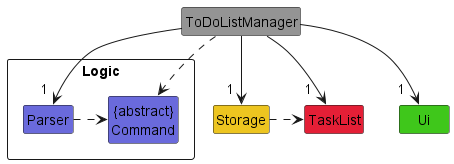
nus-cs2113-AY2223S2/tp keeps this PlantUML diagram as docs/images/ManagerClassDiagram.png. Above is the earlier version.
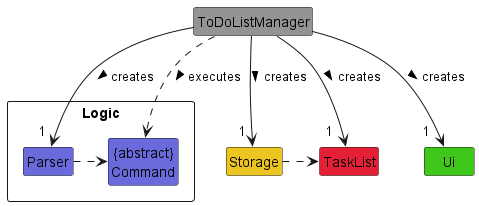
Later version of the same file.

Diff of the diagram source:
```diff
@@ -1,5 +1,6 @@
 @startuml
 !include Style.puml
+hide members
 
 class ToDoListManager COLOR_MAIN
 class Ui COLOR_UI
@@ -10,11 +11,11 @@
 class TaskList COLOR_TASK_LIST
 class Storage COLOR_STORAGE
 
-ToDoListManager -d-> "\t\t1" Ui
-ToDoListManager -d-> "\t1" Parser
-ToDoListManager -d-> "\t\t1" TaskList
-ToDoListManager -d-> "\t1" Storage
-ToDoListManager .d.> Command
+ToDoListManager -d-> "\t\t1" Ui : creates >
+ToDoListManager -d-> "\t1" Parser : creates >
+ToDoListManager -d-> "\t\t1" TaskList : creates >
+ToDoListManager -d-> "\t1" Storage : creates >
+ToDoListManager .d.> Command : executes >
 Parser .r.> Command
 Storage .r> TaskList
 @enduml
```
